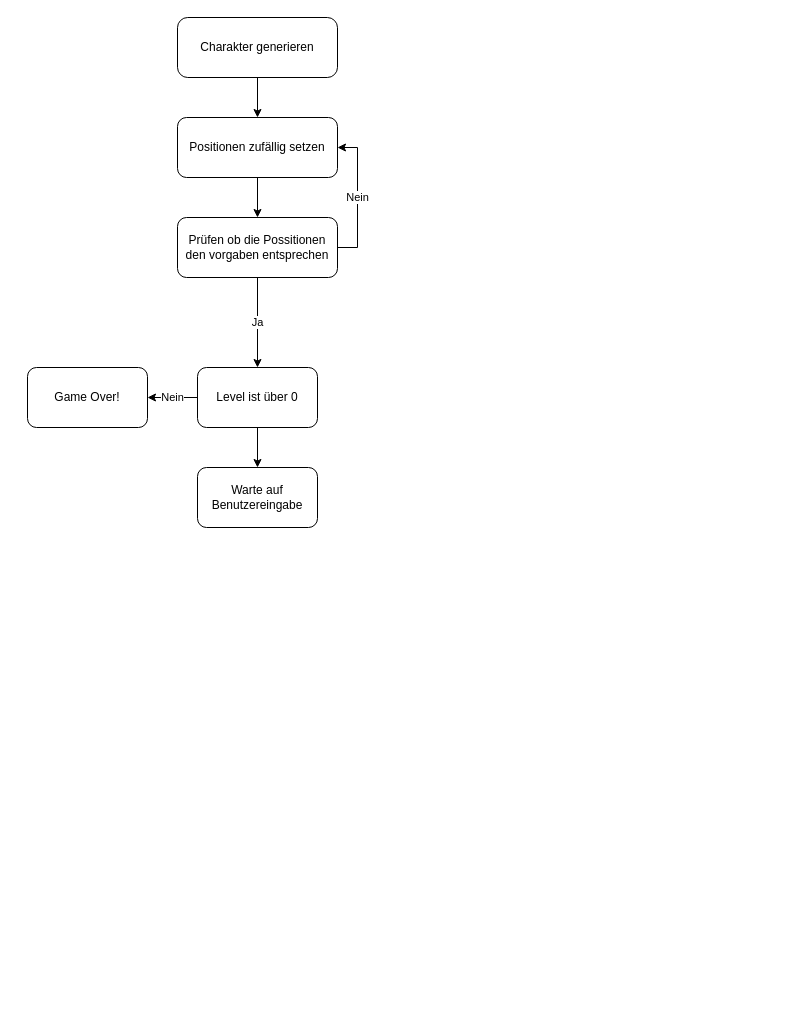
DiggiSick/Snake keeps this draw.io diagram as Snake/uml.drawio. Above is the earlier version. Source tidied: cells renumbered, new cells numbered last; positions are measured from the earlier drawing's top-left corner, leaving out a move shared by most shapes. Both pictures are drawn from the tidied source at 100%, with x=0, y=0 at pixel (27, 17).
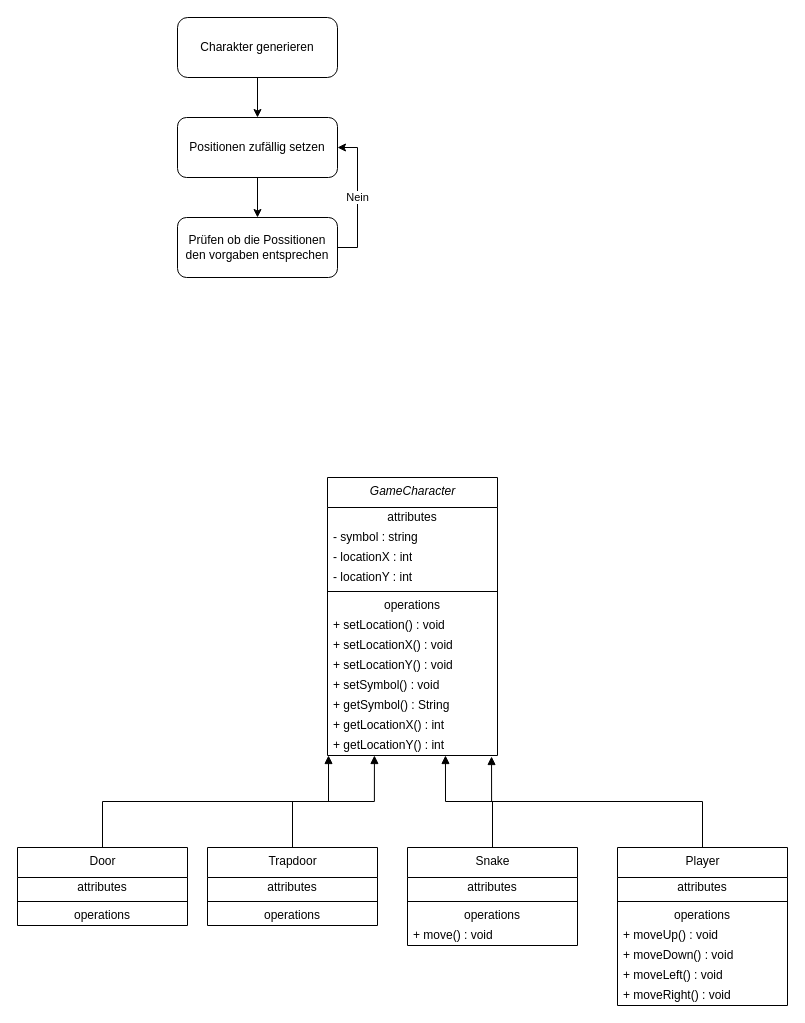
After the change.

The change refers to these unchanged cells:
```xml
<mxCell id="8" value="Prüfen ob die Possitionen den vorgaben entsprechen" style="rounded=1;whiteSpace=wrap;html=1;" parent="1" vertex="1">
  <mxGeometry x="150" y="200" width="160" height="60" as="geometry" />
</mxCell>
```

Change to the diagram source:
```diff
@@
-    <mxCell id="6" value="Ja" style="edgeStyle=orthogonalEdgeStyle;rounded=0;jettySize=auto;html=1;" parent="1" edge="1" source="8">
-      <mxGeometry relative="1" as="geometry">
-        <mxPoint x="230" y="350" as="targetPoint" />
-      </mxGeometry>
-    </mxCell>
@@
-    <mxCell id="9" value="Nein" style="edgeStyle=orthogonalEdgeStyle;rounded=0;jettySize=auto;html=1;exitX=0;exitY=0.5;exitDx=0;exitDy=0;" parent="1" edge="1" source="11" target="12">
-      <mxGeometry relative="1" as="geometry" />
-    </mxCell>
-    <mxCell id="10" style="edgeStyle=orthogonalEdgeStyle;rounded=0;jettySize=auto;html=1;exitX=0.5;exitY=1;exitDx=0;exitDy=0;entryX=0.5;entryY=0;entryDx=0;entryDy=0;" parent="1" edge="1" source="11" target="13">
-      <mxGeometry relative="1" as="geometry" />
+    <mxCell id="10" value="&lt;i&gt;GameCharacter&lt;/i&gt;" style="swimlane;fontStyle=0;align=center;verticalAlign=top;horizontal=1;startSize=30;html=1;" parent="1" vertex="1">
+      <mxGeometry x="300" y="460" width="170" height="278" as="geometry" />
     </mxCell>
-    <mxCell id="11" value="Level ist über 0" style="rounded=1;whiteSpace=wrap;html=1;" parent="1" vertex="1">
-      <mxGeometry x="170" y="350" width="120" height="60" as="geometry" />
-    </mxCell>
-    <mxCell id="12" value="Game Over!" style="rounded=1;whiteSpace=wrap;html=1;" parent="1" vertex="1">
-      <mxGeometry y="350" width="120" height="60" as="geometry" />
-    </mxCell>
-    <mxCell id="13" value="Warte auf Benutzereingabe" style="rounded=1;whiteSpace=wrap;html=1;" parent="1" vertex="1">
-      <mxGeometry x="170" y="450" width="120" height="60" as="geometry" />
-    </mxCell>
+    <mxCell id="14" value="attributes" style="text;html=1;strokeColor=none;fillColor=none;align=center;verticalAlign=middle;spacingLeft=4;spacingRight=4;overflow=hidden;" parent="10" vertex="1">
+      <mxGeometry y="30" width="170" height="20" as="geometry" />
+    </mxCell>
+    <mxCell id="15" value="- symbol : string" style="text;html=1;strokeColor=none;fillColor=none;align=left;verticalAlign=middle;spacingLeft=4;spacingRight=4;overflow=hidden;" parent="10" vertex="1">
+      <mxGeometry y="50" width="170" height="20" as="geometry" />
+    </mxCell>
+    <mxCell id="16" value="- locationX : int" style="text;html=1;strokeColor=none;fillColor=none;align=left;verticalAlign=middle;spacingLeft=4;spacingRight=4;overflow=hidden;" parent="10" vertex="1">
+      <mxGeometry y="70" width="170" height="20" as="geometry" />
+    </mxCell>
+    <mxCell id="17" value="- locationY : int" style="text;html=1;strokeColor=none;fillColor=none;align=left;verticalAlign=middle;spacingLeft=4;spacingRight=4;overflow=hidden;" parent="10" vertex="1">
+      <mxGeometry y="90" width="170" height="20" as="geometry" />
+    </mxCell>
+    <mxCell id="18" style="line;strokeWidth=1;fillColor=none;align=left;verticalAlign=middle;spacingTop=-1;spacingLeft=3;spacingRight=3;labelPosition=right;" parent="10" vertex="1">
+      <mxGeometry y="110" width="170" height="8" as="geometry" />
+    </mxCell>
+    <mxCell id="19" value="operations" style="text;html=1;strokeColor=none;fillColor=none;align=center;verticalAlign=middle;spacingLeft=4;spacingRight=4;overflow=hidden;" parent="10" vertex="1">
+      <mxGeometry y="118" width="170" height="20" as="geometry" />
+    </mxCell>
+    <mxCell id="20" value="+ setLocation() : void" style="text;html=1;strokeColor=none;fillColor=none;align=left;verticalAlign=middle;spacingLeft=4;spacingRight=4;overflow=hidden;" parent="10" vertex="1">
+      <mxGeometry y="138" width="170" height="20" as="geometry" />
+    </mxCell>
+    <mxCell id="21" value="+ setLocationX() : void" style="text;html=1;strokeColor=none;fillColor=none;align=left;verticalAlign=middle;spacingLeft=4;spacingRight=4;overflow=hidden;" parent="10" vertex="1">
+      <mxGeometry y="158" width="170" height="20" as="geometry" />
+    </mxCell>
+    <mxCell id="22" value="+ setLocationY() : void" style="text;html=1;strokeColor=none;fillColor=none;align=left;verticalAlign=middle;spacingLeft=4;spacingRight=4;overflow=hidden;" parent="10" vertex="1">
+      <mxGeometry y="178" width="170" height="20" as="geometry" />
+    </mxCell>
+    <mxCell id="23" value="+ setSymbol() : void" style="text;html=1;strokeColor=none;fillColor=none;align=left;verticalAlign=middle;spacingLeft=4;spacingRight=4;overflow=hidden;" parent="10" vertex="1">
+      <mxGeometry y="198" width="170" height="20" as="geometry" />
+    </mxCell>
+    <mxCell id="24" value="+ getSymbol() : String" style="text;html=1;strokeColor=none;fillColor=none;align=left;verticalAlign=middle;spacingLeft=4;spacingRight=4;overflow=hidden;" parent="10" vertex="1">
+      <mxGeometry y="218" width="170" height="20" as="geometry" />
+    </mxCell>
+    <mxCell id="25" value="+ getLocationX() : int" style="text;html=1;strokeColor=none;fillColor=none;align=left;verticalAlign=middle;spacingLeft=4;spacingRight=4;overflow=hidden;" parent="10" vertex="1">
+      <mxGeometry y="238" width="170" height="20" as="geometry" />
+    </mxCell>
+    <mxCell id="26" value="+ getLocationY() : int" style="text;html=1;strokeColor=none;fillColor=none;align=left;verticalAlign=middle;spacingLeft=4;spacingRight=4;overflow=hidden;points=[[0,0.5],[1,0.5]];portConstraint=eastwest;" parent="10" vertex="1">
+      <mxGeometry y="258" width="170" height="20" as="geometry" />
+    </mxCell>
+    <mxCell id="27" style="edgeStyle=orthogonalEdgeStyle;rounded=0;jettySize=auto;html=1;entryX=0.965;entryY=1.05;entryDx=0;entryDy=0;endArrow=block;endFill=1;strokeWidth=1;entryPerimeter=0;" parent="1" edge="1" source="28" target="26">
+      <mxGeometry relative="1" as="geometry" />
+    </mxCell>
+    <mxCell id="28" value="Player" style="swimlane;fontStyle=0;align=center;verticalAlign=top;horizontal=1;startSize=30;html=1;" parent="1" vertex="1">
+      <mxGeometry x="590" y="830" width="170" height="158" as="geometry" />
+    </mxCell>
+    <mxCell id="29" value="attributes" style="text;html=1;strokeColor=none;fillColor=none;align=center;verticalAlign=middle;spacingLeft=4;spacingRight=4;overflow=hidden;" parent="28" vertex="1">
+      <mxGeometry y="30" width="170" height="20" as="geometry" />
+    </mxCell>
+    <mxCell id="30" style="line;strokeWidth=1;fillColor=none;align=left;verticalAlign=middle;spacingTop=-1;spacingLeft=3;spacingRight=3;labelPosition=right;" parent="28" vertex="1">
+      <mxGeometry y="50" width="170" height="8" as="geometry" />
+    </mxCell>
+    <mxCell id="31" value="operations" style="text;html=1;strokeColor=none;fillColor=none;align=center;verticalAlign=middle;spacingLeft=4;spacingRight=4;overflow=hidden;" parent="28" vertex="1">
+      <mxGeometry y="58" width="170" height="20" as="geometry" />
+    </mxCell>
+    <mxCell id="32" value="+ moveUp() : void" style="text;html=1;strokeColor=none;fillColor=none;align=left;verticalAlign=middle;spacingLeft=4;spacingRight=4;overflow=hidden;" parent="28" vertex="1">
+      <mxGeometry y="78" width="170" height="20" as="geometry" />
+    </mxCell>
+    <mxCell id="33" value="+ moveDown() : void" style="text;html=1;strokeColor=none;fillColor=none;align=left;verticalAlign=middle;spacingLeft=4;spacingRight=4;overflow=hidden;" parent="28" vertex="1">
+      <mxGeometry y="98" width="170" height="20" as="geometry" />
+    </mxCell>
+    <mxCell id="34" value="+ moveLeft() : void" style="text;html=1;strokeColor=none;fillColor=none;align=left;verticalAlign=middle;spacingLeft=4;spacingRight=4;overflow=hidden;" parent="28" vertex="1">
+      <mxGeometry y="118" width="170" height="20" as="geometry" />
+    </mxCell>
+    <mxCell id="35" value="+ moveRight() : void" style="text;html=1;strokeColor=none;fillColor=none;align=left;verticalAlign=middle;spacingLeft=4;spacingRight=4;overflow=hidden;" parent="28" vertex="1">
+      <mxGeometry y="138" width="170" height="20" as="geometry" />
+    </mxCell>
+    <mxCell id="36" style="edgeStyle=orthogonalEdgeStyle;rounded=0;jettySize=auto;html=1;entryX=0.694;entryY=1;entryDx=0;entryDy=0;entryPerimeter=0;endArrow=block;endFill=1;strokeWidth=1;" parent="1" edge="1" source="37" target="26">
+      <mxGeometry relative="1" as="geometry" />
+    </mxCell>
+    <mxCell id="37" value="Snake" style="swimlane;fontStyle=0;align=center;verticalAlign=top;horizontal=1;startSize=30;html=1;" parent="1" vertex="1">
+      <mxGeometry x="380" y="830" width="170" height="98" as="geometry" />
+    </mxCell>
+    <mxCell id="38" value="attributes" style="text;html=1;strokeColor=none;fillColor=none;align=center;verticalAlign=middle;spacingLeft=4;spacingRight=4;overflow=hidden;" parent="37" vertex="1">
+      <mxGeometry y="30" width="170" height="20" as="geometry" />
+    </mxCell>
+    <mxCell id="39" style="line;strokeWidth=1;fillColor=none;align=left;verticalAlign=middle;spacingTop=-1;spacingLeft=3;spacingRight=3;labelPosition=right;" parent="37" vertex="1">
+      <mxGeometry y="50" width="170" height="8" as="geometry" />
+    </mxCell>
+    <mxCell id="40" value="operations" style="text;html=1;strokeColor=none;fillColor=none;align=center;verticalAlign=middle;spacingLeft=4;spacingRight=4;overflow=hidden;" parent="37" vertex="1">
+      <mxGeometry y="58" width="170" height="20" as="geometry" />
+    </mxCell>
+    <mxCell id="41" value="+ move() : void" style="text;html=1;strokeColor=none;fillColor=none;align=left;verticalAlign=middle;spacingLeft=4;spacingRight=4;overflow=hidden;" parent="37" vertex="1">
+      <mxGeometry y="78" width="170" height="20" as="geometry" />
+    </mxCell>
+    <mxCell id="42" style="edgeStyle=orthogonalEdgeStyle;rounded=0;jettySize=auto;html=1;entryX=0.006;entryY=1;entryDx=0;entryDy=0;endArrow=block;endFill=1;strokeWidth=1;entryPerimeter=0;" parent="1" edge="1" source="43" target="26">
+      <mxGeometry relative="1" as="geometry" />
+    </mxCell>
+    <mxCell id="43" value="Door" style="swimlane;fontStyle=0;align=center;verticalAlign=top;horizontal=1;startSize=30;html=1;" parent="1" vertex="1">
+      <mxGeometry x="-10" y="830" width="170" height="78" as="geometry" />
+    </mxCell>
+    <mxCell id="44" value="attributes" style="text;html=1;strokeColor=none;fillColor=none;align=center;verticalAlign=middle;spacingLeft=4;spacingRight=4;overflow=hidden;" parent="43" vertex="1">
+      <mxGeometry y="30" width="170" height="20" as="geometry" />
+    </mxCell>
+    <mxCell id="45" style="line;strokeWidth=1;fillColor=none;align=left;verticalAlign=middle;spacingTop=-1;spacingLeft=3;spacingRight=3;labelPosition=right;" parent="43" vertex="1">
+      <mxGeometry y="50" width="170" height="8" as="geometry" />
+    </mxCell>
+    <mxCell id="46" value="operations" style="text;html=1;strokeColor=none;fillColor=none;align=center;verticalAlign=middle;spacingLeft=4;spacingRight=4;overflow=hidden;" parent="43" vertex="1">
+      <mxGeometry y="58" width="170" height="20" as="geometry" />
+    </mxCell>
+    <mxCell id="47" style="edgeStyle=orthogonalEdgeStyle;rounded=0;jettySize=auto;html=1;entryX=0.276;entryY=1;entryDx=0;entryDy=0;entryPerimeter=0;endArrow=block;endFill=1;strokeWidth=1;" parent="1" edge="1" source="48" target="26">
+      <mxGeometry relative="1" as="geometry" />
+    </mxCell>
+    <mxCell id="48" value="Trapdoor" style="swimlane;fontStyle=0;align=center;verticalAlign=top;horizontal=1;startSize=30;html=1;" parent="1" vertex="1">
+      <mxGeometry x="180" y="830" width="170" height="78" as="geometry" />
+    </mxCell>
+    <mxCell id="49" value="attributes" style="text;html=1;strokeColor=none;fillColor=none;align=center;verticalAlign=middle;spacingLeft=4;spacingRight=4;overflow=hidden;" parent="48" vertex="1">
+      <mxGeometry y="30" width="170" height="20" as="geometry" />
+    </mxCell>
+    <mxCell id="50" style="line;strokeWidth=1;fillColor=none;align=left;verticalAlign=middle;spacingTop=-1;spacingLeft=3;spacingRight=3;labelPosition=right;" parent="48" vertex="1">
+      <mxGeometry y="50" width="170" height="8" as="geometry" />
+    </mxCell>
+    <mxCell id="51" value="operations" style="text;html=1;strokeColor=none;fillColor=none;align=center;verticalAlign=middle;spacingLeft=4;spacingRight=4;overflow=hidden;" parent="48" vertex="1">
+      <mxGeometry y="58" width="170" height="20" as="geometry" />
+    </mxCell>
```
